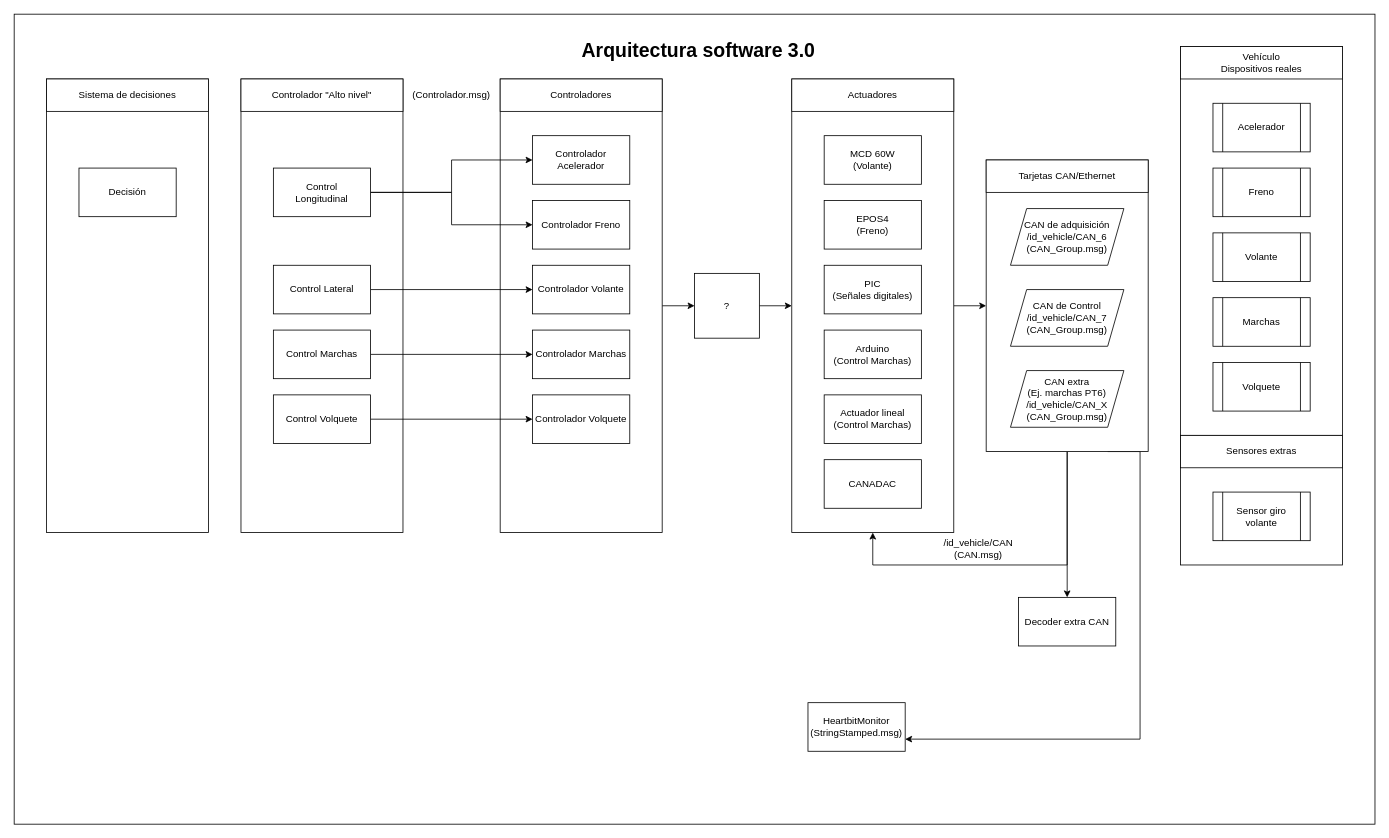
SIMCA-USI/INSIA_control keeps this draw.io diagram as Arquitectura 3.drawio. Above is the earlier version. Source tidied: cells renumbered, new cells numbered last; positions are measured from the earlier drawing's top-left corner, leaving out a move shared by most shapes. Both pictures are drawn from the tidied source at 81%, with x=0, y=0 at pixel (14, 14).
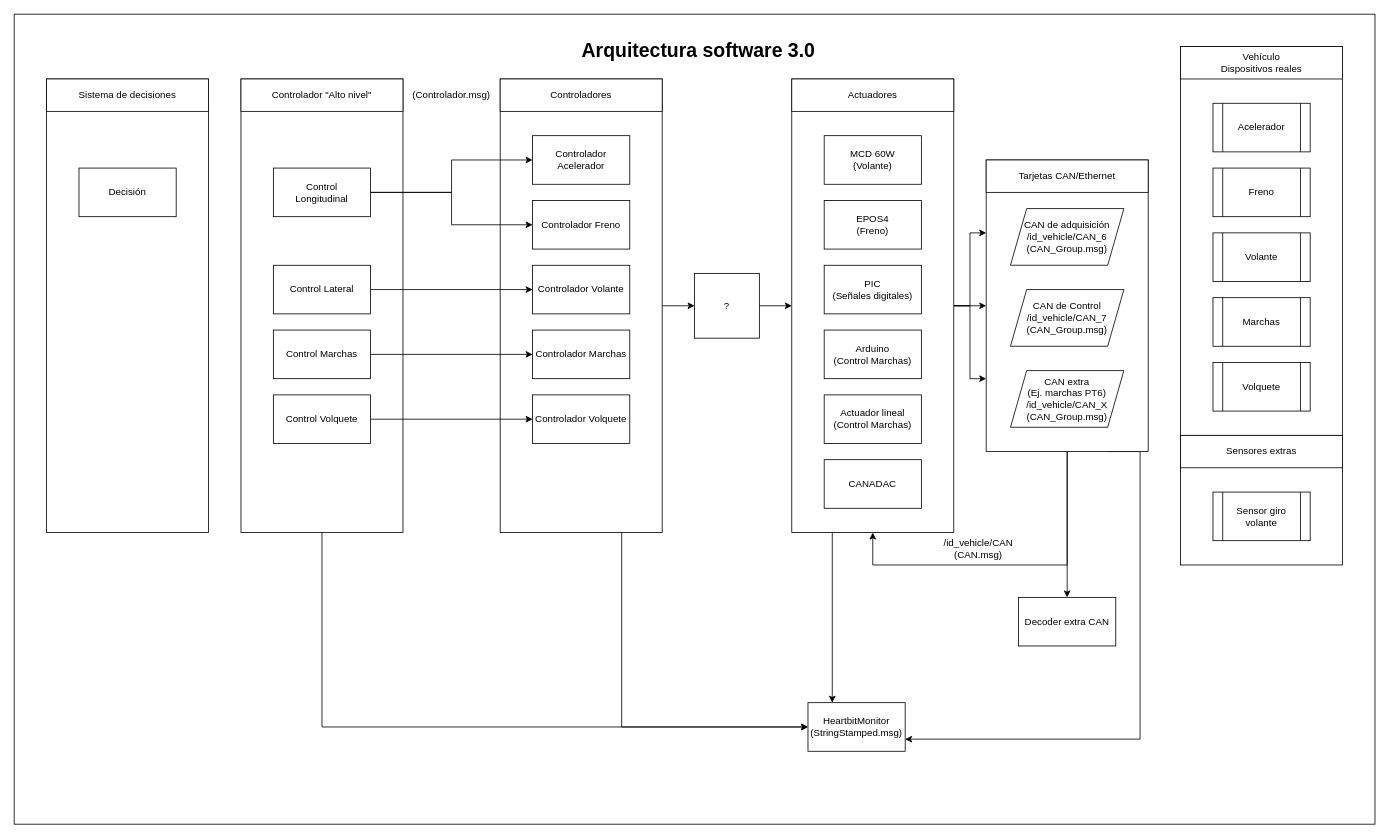
The same page after the edit.

Unchanged cells that the change refers to:
```xml
<mxCell id="3" style="rounded=0;whiteSpace=wrap;html=1;" parent="1" vertex="1">
  <mxGeometry x="280" y="80" width="200" height="560" as="geometry" />
</mxCell>
<mxCell id="5" style="rounded=0;whiteSpace=wrap;html=1;" parent="1" vertex="1">
  <mxGeometry x="600" y="80" width="200" height="560" as="geometry" />
</mxCell>
<mxCell id="19" style="rounded=0;whiteSpace=wrap;html=1;" parent="1" vertex="1">
  <mxGeometry x="1200" y="180" width="200" height="360" as="geometry" />
</mxCell>
<mxCell id="25" style="rounded=0;whiteSpace=wrap;html=1;" parent="1" vertex="1">
  <mxGeometry x="960" y="80" width="200" height="560" as="geometry" />
</mxCell>
<mxCell id="58" value="HeartbitMonitor&lt;br&gt;(StringStamped.msg)" style="rounded=0;whiteSpace=wrap;html=1;" parent="1" vertex="1">
  <mxGeometry x="980" y="850" width="120" height="60" as="geometry" />
</mxCell>
```

Change to the diagram source:
```diff
@@
+    <mxCell id="59" style="edgeStyle=orthogonalEdgeStyle;rounded=0;jettySize=auto;html=1;exitX=0.5;exitY=1;exitDx=0;exitDy=0;entryX=0;entryY=0.5;entryDx=0;entryDy=0;" parent="1" edge="1" source="3" target="58">
+      <mxGeometry relative="1" as="geometry" />
+    </mxCell>
@@
+    <mxCell id="60" style="edgeStyle=orthogonalEdgeStyle;rounded=0;jettySize=auto;html=1;exitX=0.75;exitY=1;exitDx=0;exitDy=0;entryX=0;entryY=0.5;entryDx=0;entryDy=0;" parent="1" edge="1" source="5" target="58">
+      <mxGeometry relative="1" as="geometry" />
+    </mxCell>
@@
-    <mxCell id="24" style="edgeStyle=orthogonalEdgeStyle;rounded=0;jettySize=auto;html=1;exitX=1;exitY=0.5;exitDx=0;exitDy=0;entryX=0;entryY=0.5;entryDx=0;entryDy=0;" parent="1" edge="1" source="25" target="19">
+    <mxCell id="24" style="edgeStyle=orthogonalEdgeStyle;rounded=0;jettySize=auto;html=1;exitX=1;exitY=0.5;exitDx=0;exitDy=0;entryX=0;entryY=0.25;entryDx=0;entryDy=0;" parent="1" edge="1" source="25" target="19">
       <mxGeometry relative="1" as="geometry" />
     </mxCell>
+    <mxCell id="61" style="edgeStyle=orthogonalEdgeStyle;rounded=0;jettySize=auto;html=1;exitX=1;exitY=0.5;exitDx=0;exitDy=0;entryX=0;entryY=0.5;entryDx=0;entryDy=0;" parent="1" edge="1" source="25" target="19">
+      <mxGeometry relative="1" as="geometry" />
+    </mxCell>
+    <mxCell id="62" style="edgeStyle=orthogonalEdgeStyle;rounded=0;jettySize=auto;html=1;exitX=1;exitY=0.5;exitDx=0;exitDy=0;entryX=0;entryY=0.75;entryDx=0;entryDy=0;" parent="1" edge="1" source="25" target="19">
+      <mxGeometry relative="1" as="geometry" />
+    </mxCell>
+    <mxCell id="63" style="edgeStyle=orthogonalEdgeStyle;rounded=0;jettySize=auto;html=1;exitX=0.25;exitY=1;exitDx=0;exitDy=0;entryX=0.25;entryY=0;entryDx=0;entryDy=0;" parent="1" edge="1" source="25" target="58">
+      <mxGeometry relative="1" as="geometry" />
+    </mxCell>
```
